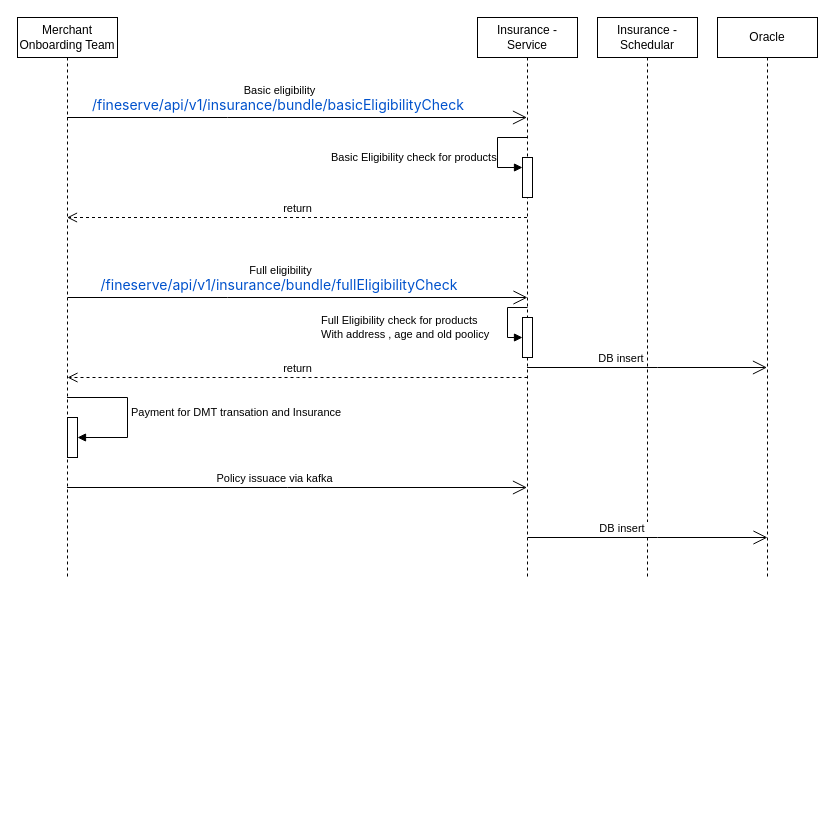
ashwiniadlakha/draw_io keeps this draw.io diagram as GPA on bundle.drawio. Above is the earlier version. Source tidied: cells renumbered, new cells numbered last; positions are measured from the earlier drawing's top-left corner, leaving out a move shared by most shapes. Both pictures are drawn from the tidied source at 100%, with x=0, y=0 at pixel (17, 17).
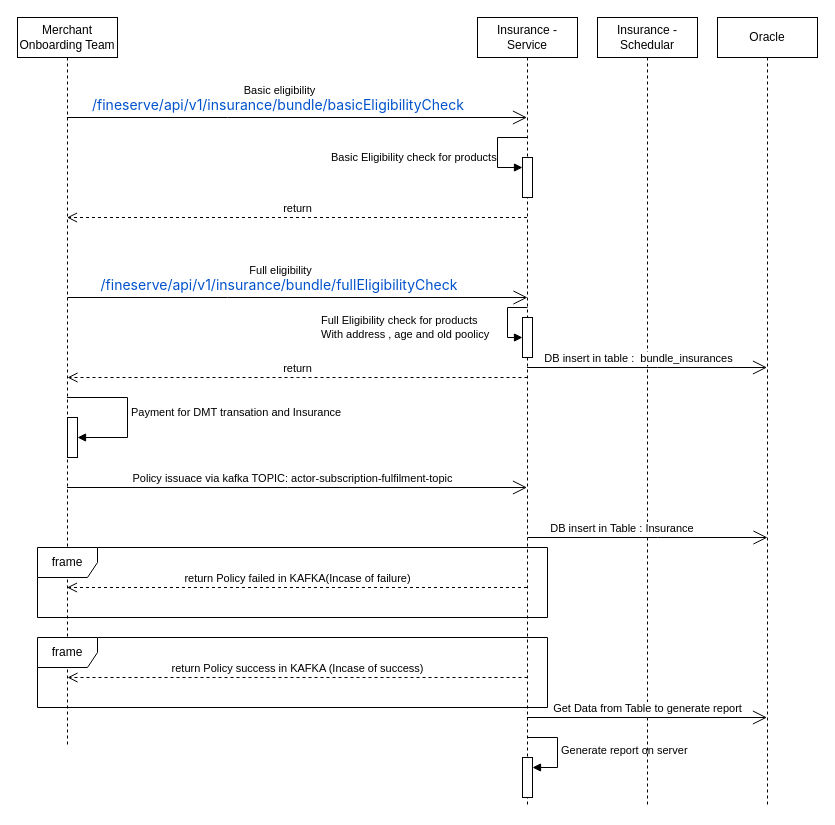
The same diagram, later.

Unchanged cells that the change refers to:
```xml
<mxCell id="18" style="endArrow=open;endFill=1;endSize=12;html=1;rounded=0;" parent="1" edge="1" source="5" target="10">
  <mxGeometry relative="1" as="geometry">
    <Array as="points">
      <mxPoint x="640" y="350" />
    </Array>
  </mxGeometry>
</mxCell>
<mxCell id="20" style="endArrow=open;endFill=1;endSize=12;html=1;rounded=0;" parent="1" edge="1" source="2" target="5">
  <mxGeometry relative="1" as="geometry">
    <Array as="points">
      <mxPoint x="270" y="470" />
    </Array>
  </mxGeometry>
</mxCell>
<mxCell id="22" style="endArrow=open;endFill=1;endSize=12;html=1;rounded=0;" parent="1" edge="1">
  <mxGeometry relative="1" as="geometry">
    <mxPoint x="510" y="520" as="sourcePoint" />
    <mxPoint x="750" y="520" as="targetPoint" />
    <Array as="points">
      <mxPoint x="640" y="520" />
    </Array>
  </mxGeometry>
</mxCell>
```

Diff of the diagram source:
```diff
@@
     <mxCell id="2" value="Merchant Onboarding Team" style="shape=umlLifeline;perimeter=lifelinePerimeter;whiteSpace=wrap;html=1;outlineConnect=0;portConstraint=eastwest;newEdgeStyle={&quot;edgeStyle&quot;:&quot;elbowEdgeStyle&quot;,&quot;elbow&quot;:&quot;vertical&quot;,&quot;curved&quot;:0,&quot;rounded&quot;:0};" parent="1" vertex="1">
-      <mxGeometry width="100" height="560" as="geometry" />
+      <mxGeometry width="100" height="730" as="geometry" />
     </mxCell>
@@
     <mxCell id="5" value="Insurance - Service" style="shape=umlLifeline;perimeter=lifelinePerimeter;whiteSpace=wrap;html=1;outlineConnect=0;portConstraint=eastwest;newEdgeStyle={&quot;edgeStyle&quot;:&quot;elbowEdgeStyle&quot;,&quot;elbow&quot;:&quot;vertical&quot;,&quot;curved&quot;:0,&quot;rounded&quot;:0};" parent="1" vertex="1">
-      <mxGeometry x="460" width="100" height="560" as="geometry" />
+      <mxGeometry x="460" width="100" height="790" as="geometry" />
     </mxCell>
@@
+    <mxCell id="24" style="html=1;points=[];perimeter=orthogonalPerimeter;outlineConnect=0;targetShapes=umlLifeline;portConstraint=eastwest;newEdgeStyle={&quot;edgeStyle&quot;:&quot;elbowEdgeStyle&quot;,&quot;elbow&quot;:&quot;vertical&quot;,&quot;curved&quot;:0,&quot;rounded&quot;:0};" parent="5" vertex="1">
+      <mxGeometry x="45" y="740" width="10" height="40" as="geometry" />
+    </mxCell>
+    <mxCell id="25" value="Generate report on server" style="html=1;align=left;spacingLeft=2;endArrow=block;rounded=0;edgeStyle=orthogonalEdgeStyle;curved=0;rounded=0;" parent="5" edge="1" target="24">
+      <mxGeometry x="0.01" relative="1" as="geometry">
+        <mxPoint x="50" y="720" as="sourcePoint" />
+        <Array as="points">
+          <mxPoint x="80" y="750" />
+        </Array>
+      </mxGeometry>
+    </mxCell>
     <mxCell id="9" value="Insurance - Schedular" style="shape=umlLifeline;perimeter=lifelinePerimeter;whiteSpace=wrap;html=1;newEdgeStyle={&quot;edgeStyle&quot;:&quot;elbowEdgeStyle&quot;,&quot;elbow&quot;:&quot;vertical&quot;,&quot;curved&quot;:0,&quot;rounded&quot;:0};" parent="1" vertex="1">
-      <mxGeometry x="580" width="100" height="560" as="geometry" />
+      <mxGeometry x="580" width="100" height="790" as="geometry" />
     </mxCell>
     <mxCell id="10" value="Oracle" style="shape=umlLifeline;perimeter=lifelinePerimeter;whiteSpace=wrap;html=1;outlineConnect=0;portConstraint=eastwest;newEdgeStyle={&quot;edgeStyle&quot;:&quot;elbowEdgeStyle&quot;,&quot;elbow&quot;:&quot;vertical&quot;,&quot;curved&quot;:0,&quot;rounded&quot;:0};" parent="1" vertex="1">
-      <mxGeometry x="700" width="100" height="560" as="geometry" />
+      <mxGeometry x="700" width="100" height="790" as="geometry" />
     </mxCell>
@@
-    <mxCell id="19" value="DB insert&amp;nbsp;" style="edgeLabel;html=1;align=center;verticalAlign=middle;" parent="18" vertex="1">
+    <mxCell id="19" value="DB insert in table :&amp;nbsp;&amp;nbsp;bundle_insurances" style="edgeLabel;html=1;align=center;verticalAlign=middle;" parent="18" vertex="1">
       <mxGeometry x="-0.21" y="3" relative="1" as="geometry">
-        <mxPoint y="-7" as="offset" />
+        <mxPoint x="16" y="-7" as="offset" />
       </mxGeometry>
     </mxCell>
@@
-    <mxCell id="21" value="Policy issuace via kafka" style="edgeLabel;html=1;align=center;verticalAlign=middle;" parent="20" vertex="1">
+    <mxCell id="21" value="Policy issuace via kafka TOPIC:&amp;nbsp;actor-subscription-fulfilment-topic" style="edgeLabel;html=1;align=center;verticalAlign=middle;" parent="20" vertex="1">
       <mxGeometry x="-0.1" y="3" relative="1" as="geometry">
-        <mxPoint y="-7" as="offset" />
+        <mxPoint x="18" y="-7" as="offset" />
       </mxGeometry>
     </mxCell>
@@
-    <mxCell id="23" value="DB insert&amp;nbsp;" style="edgeLabel;html=1;align=center;verticalAlign=middle;" parent="22" vertex="1">
+    <mxCell id="23" value="DB insert in Table : Insurance&amp;nbsp;" style="edgeLabel;html=1;align=center;verticalAlign=middle;" parent="22" vertex="1">
       <mxGeometry x="-0.21" y="3" relative="1" as="geometry">
         <mxPoint y="-7" as="offset" />
       </mxGeometry>
     </mxCell>
+    <mxCell id="26" value="frame" style="shape=umlFrame;whiteSpace=wrap;html=1;" parent="1" vertex="1">
+      <mxGeometry x="20" y="530" width="510" height="70" as="geometry" />
+    </mxCell>
+    <mxCell id="27" value="frame" style="shape=umlFrame;whiteSpace=wrap;html=1;" parent="1" vertex="1">
+      <mxGeometry x="20" y="620" width="510" height="70" as="geometry" />
+    </mxCell>
+    <mxCell id="28" value="return Policy failed in KAFKA(Incase of failure)" style="html=1;verticalAlign=bottom;endArrow=open;dashed=1;endSize=8;edgeStyle=elbowEdgeStyle;elbow=vertical;curved=0;rounded=0;" parent="1" edge="1" source="5" target="2">
+      <mxGeometry relative="1" as="geometry">
+        <Array as="points">
+          <mxPoint x="290" y="570" />
+        </Array>
+      </mxGeometry>
+    </mxCell>
+    <mxCell id="29" value="return Policy success in KAFKA (Incase of success)" style="html=1;verticalAlign=bottom;endArrow=open;dashed=1;endSize=8;edgeStyle=elbowEdgeStyle;elbow=horizontal;curved=0;rounded=0;" parent="1" edge="1">
+      <mxGeometry relative="1" as="geometry">
+        <mxPoint x="510" y="660" as="sourcePoint" />
+        <mxPoint x="50" y="660" as="targetPoint" />
+        <Array as="points">
+          <mxPoint x="290" y="660" />
+        </Array>
+      </mxGeometry>
+    </mxCell>
+    <mxCell id="30" style="endArrow=open;endFill=1;endSize=12;html=1;rounded=0;" parent="1" edge="1" source="5" target="10">
+      <mxGeometry relative="1" as="geometry">
+        <Array as="points">
+          <mxPoint x="630" y="700" />
+        </Array>
+      </mxGeometry>
+    </mxCell>
+    <mxCell id="31" value="Get Data from Table to generate report" style="edgeLabel;html=1;align=center;verticalAlign=middle;" parent="30" vertex="1">
+      <mxGeometry x="-0.14" y="3" relative="1" as="geometry">
+        <mxPoint x="17" y="-7" as="offset" />
+      </mxGeometry>
+    </mxCell>
```
